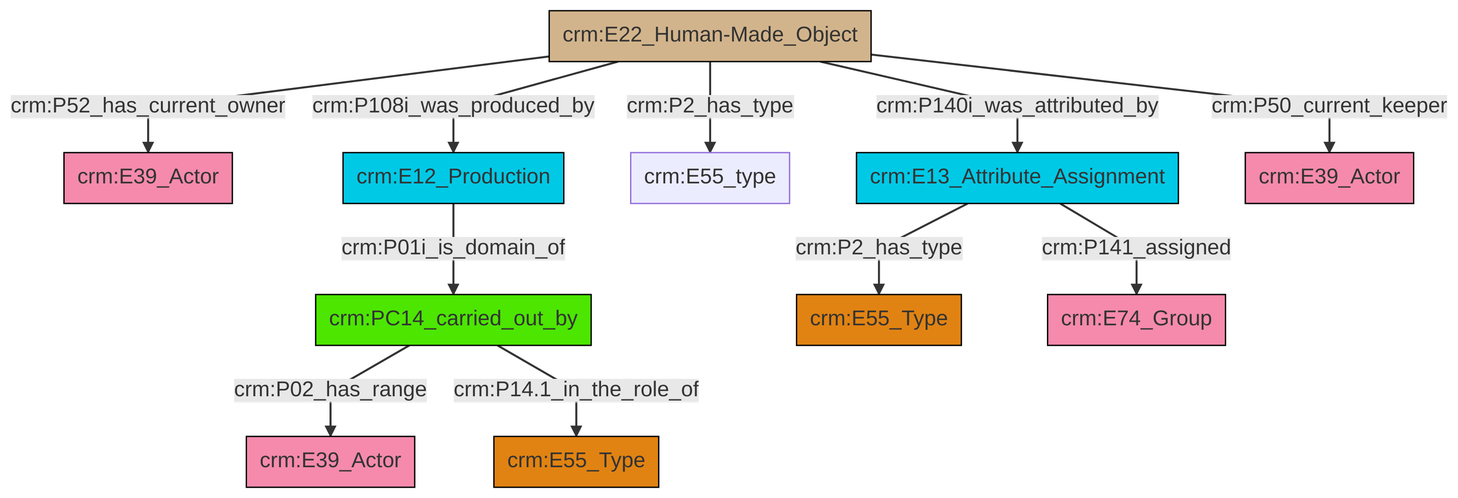
Earlier version of the Mermaid export et/artworkCSV/ttl/mmd/png/Artwork_Actor_Relations.png (swiss-art-research-net/reference-data-models). Its source is kept beside it as et/artworkCSV/ttl/mmd/Artwork_Actor_Relations.ttl.mmd.
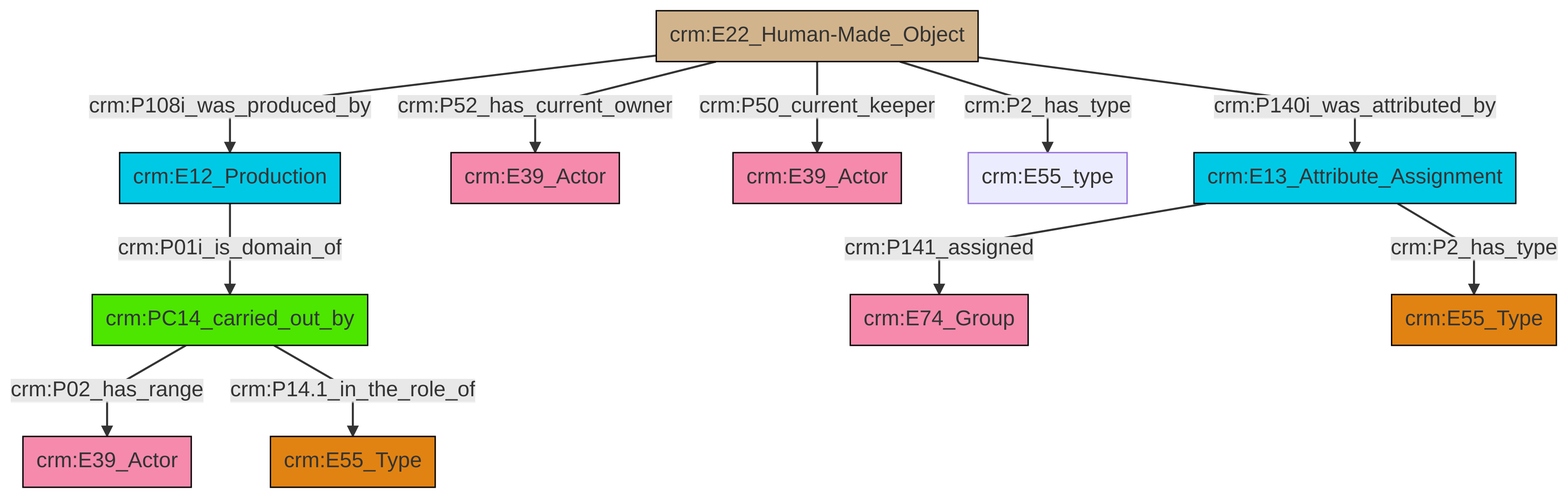
Later version of the same file.

Change to the diagram source:
```diff
@@ -13,13 +13,13 @@
 classDef PC_Classes fill:#4ce600, stroke:#000000;
 classDef Multi fill:#cccccc,stroke:#000000;
 
-10["crm:E22_Human-Made_Object"]:::Physical_Thing -->|crm:P2_has_type| 11["crm:E55_type"]:::Default
-12["crm:E13_Attribute_Assignment"]:::Temporal_Entity -->|crm:P141_assigned| 13["crm:E74_Group"]:::Actor
-4["crm:PC14_carried_out_by"]:::PC_Classes -->|crm:P02_has_range| 0["crm:E39_Actor"]:::Actor
-10["crm:E22_Human-Made_Object"]:::Physical_Thing -->|crm:P50_current_keeper| 14["crm:E39_Actor"]:::Actor
-10["crm:E22_Human-Made_Object"]:::Physical_Thing -->|crm:P108i_was_produced_by| 8["crm:E12_Production"]:::Temporal_Entity
-8["crm:E12_Production"]:::Temporal_Entity -->|crm:P01i_is_domain_of| 4["crm:PC14_carried_out_by"]:::PC_Classes
-10["crm:E22_Human-Made_Object"]:::Physical_Thing -->|crm:P52_has_current_owner| 2["crm:E39_Actor"]:::Actor
-12["crm:E13_Attribute_Assignment"]:::Temporal_Entity -->|crm:P2_has_type| 6["crm:E55_Type"]:::Type
-4["crm:PC14_carried_out_by"]:::PC_Classes -->|crm:P14.1_in_the_role_of| 19["crm:E55_Type"]:::Type
-10["crm:E22_Human-Made_Object"]:::Physical_Thing -->|crm:P140i_was_attributed_by| 12["crm:E13_Attribute_Assignment"]:::Temporal_Entity
+0["crm:PC14_carried_out_by"]:::PC_Classes -->|crm:P02_has_range| 1["crm:E39_Actor"]:::Actor
+2["crm:E13_Attribute_Assignment"]:::Temporal_Entity -->|crm:P141_assigned| 3["crm:E74_Group"]:::Actor
+8["crm:E22_Human-Made_Object"]:::Physical_Thing -->|crm:P140i_was_attributed_by| 2["crm:E13_Attribute_Assignment"]:::Temporal_Entity
+8["crm:E22_Human-Made_Object"]:::Physical_Thing -->|crm:P50_current_keeper| 11["crm:E39_Actor"]:::Actor
+17["crm:E12_Production"]:::Temporal_Entity -->|crm:P01i_is_domain_of| 0["crm:PC14_carried_out_by"]:::PC_Classes
+8["crm:E22_Human-Made_Object"]:::Physical_Thing -->|crm:P52_has_current_owner| 4["crm:E39_Actor"]:::Actor
+8["crm:E22_Human-Made_Object"]:::Physical_Thing -->|crm:P2_has_type| 15["crm:E55_type"]:::Default
+8["crm:E22_Human-Made_Object"]:::Physical_Thing -->|crm:P108i_was_produced_by| 17["crm:E12_Production"]:::Temporal_Entity
+2["crm:E13_Attribute_Assignment"]:::Temporal_Entity -->|crm:P2_has_type| 6["crm:E55_Type"]:::Type
+0["crm:PC14_carried_out_by"]:::PC_Classes -->|crm:P14.1_in_the_role_of| 9["crm:E55_Type"]:::Type
```
